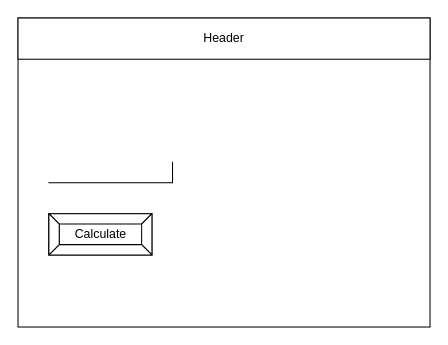
This is design/story-board.drawio from Lucas-Tyman/ICS2O-Assignment-04-, a draw.io file, before an edit. Source tidied: cells renumbered, new cells numbered last; positions are measured from the earlier drawing's top-left corner, leaving out a move shared by most shapes. Both pictures are drawn from the tidied source at 103%, with x=0, y=0 at pixel (18, 18).
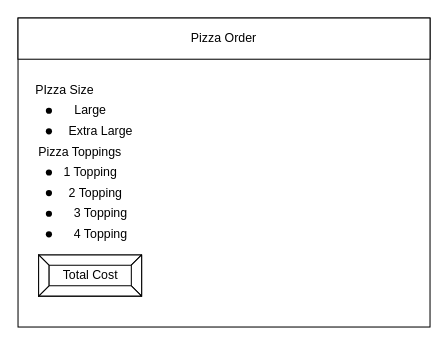
The same page after the edit.

Commit message (it also covers changes not shown here):
aotry board

What changed in the source:
```diff
@@
 <mxGraphModel>
   <root>
     <mxCell id="0" />
     <mxCell id="1" parent="0" />
     <mxCell id="2" style="rounded=0;whiteSpace=wrap;html=1;" parent="1" vertex="1">
       <mxGeometry width="400" height="300" as="geometry" />
     </mxCell>
-    <mxCell id="3" value="Header" style="rounded=0;whiteSpace=wrap;html=1;" parent="1" vertex="1">
+    <mxCell id="3" value="Pizza Order" style="rounded=0;whiteSpace=wrap;html=1;" parent="1" vertex="1">
       <mxGeometry width="400" height="40" as="geometry" />
     </mxCell>
-    <mxCell id="4" style="shape=partialRectangle;whiteSpace=wrap;html=1;top=0;left=0;fillColor=none;" parent="1" vertex="1">
-      <mxGeometry x="30" y="140" width="120" height="20" as="geometry" />
-    </mxCell>
-    <mxCell id="5" value="Calculate" style="labelPosition=center;verticalLabelPosition=middle;align=center;html=1;shape=mxgraph.basic.button;dx=10;" parent="1" vertex="1">
-      <mxGeometry x="30" y="190" width="100" height="40" as="geometry" />
+    <mxCell id="5" value="Total Cost" style="labelPosition=center;verticalLabelPosition=middle;align=center;html=1;shape=mxgraph.basic.button;dx=10;" parent="1" vertex="1">
+      <mxGeometry x="20" y="230" width="100" height="40" as="geometry" />
     </mxCell>
+    <mxCell id="6" value="Pizza Toppings" style="text;html=1;align=center;verticalAlign=middle;strokeColor=none;fillColor=none;" parent="1" vertex="1">
+      <mxGeometry x="10" y="120" width="100" height="20" as="geometry" />
+    </mxCell>
+    <mxCell id="7" value="PIzza Size" style="text;html=1;align=center;verticalAlign=middle;strokeColor=none;fillColor=none;" parent="1" vertex="1">
+      <mxGeometry x="10" y="60" width="70" height="20" as="geometry" />
+    </mxCell>
+    <mxCell id="8" style="shape=waypoint;sketch=0;size=6;fillColor=none;perimeter=centerPerimeter;" parent="1" vertex="1">
+      <mxGeometry x="10" y="70" width="40" height="40" as="geometry" />
+    </mxCell>
+    <mxCell id="9" style="shape=waypoint;sketch=0;size=6;fillColor=none;perimeter=centerPerimeter;" parent="1" vertex="1">
+      <mxGeometry x="10" y="150" width="40" height="40" as="geometry" />
+    </mxCell>
+    <mxCell id="10" style="shape=waypoint;sketch=0;size=6;fillColor=none;perimeter=centerPerimeter;" parent="1" vertex="1">
+      <mxGeometry x="10" y="130" width="40" height="40" as="geometry" />
+    </mxCell>
+    <mxCell id="11" style="shape=waypoint;sketch=0;size=6;fillColor=none;perimeter=centerPerimeter;" parent="1" vertex="1">
+      <mxGeometry x="10" y="170" width="40" height="40" as="geometry" />
+    </mxCell>
+    <mxCell id="12" style="shape=waypoint;sketch=0;size=6;fillColor=none;perimeter=centerPerimeter;" parent="1" vertex="1">
+      <mxGeometry x="10" y="90" width="40" height="40" as="geometry" />
+    </mxCell>
+    <mxCell id="13" style="shape=waypoint;sketch=0;size=6;fillColor=none;perimeter=centerPerimeter;" parent="1" vertex="1">
+      <mxGeometry x="10" y="190" width="40" height="40" as="geometry" />
+    </mxCell>
+    <mxCell id="14" value="Large" style="text;html=1;align=center;verticalAlign=middle;strokeColor=none;fillColor=none;" parent="1" vertex="1">
+      <mxGeometry x="45" y="80" width="50" height="20" as="geometry" />
+    </mxCell>
+    <mxCell id="15" value="Extra Large" style="text;html=1;align=center;verticalAlign=middle;strokeColor=none;fillColor=none;" parent="1" vertex="1">
+      <mxGeometry x="40" y="100" width="80" height="20" as="geometry" />
+    </mxCell>
+    <mxCell id="16" value="1 Topping" style="text;html=1;align=center;verticalAlign=middle;strokeColor=none;fillColor=none;" parent="1" vertex="1">
+      <mxGeometry x="35" y="140" width="70" height="20" as="geometry" />
+    </mxCell>
+    <mxCell id="17" value="2 Topping" style="text;html=1;align=center;verticalAlign=middle;strokeColor=none;fillColor=none;" parent="1" vertex="1">
+      <mxGeometry x="40" y="160" width="70" height="20" as="geometry" />
+    </mxCell>
+    <mxCell id="18" value="4 Topping" style="text;html=1;align=center;verticalAlign=middle;strokeColor=none;fillColor=none;" parent="1" vertex="1">
+      <mxGeometry x="45" y="200" width="70" height="20" as="geometry" />
+    </mxCell>
+    <mxCell id="19" value="3 Topping" style="text;html=1;align=center;verticalAlign=middle;strokeColor=none;fillColor=none;" parent="1" vertex="1">
+      <mxGeometry x="45" y="180" width="70" height="20" as="geometry" />
+    </mxCell>
   </root>
 </mxGraphModel>
```
